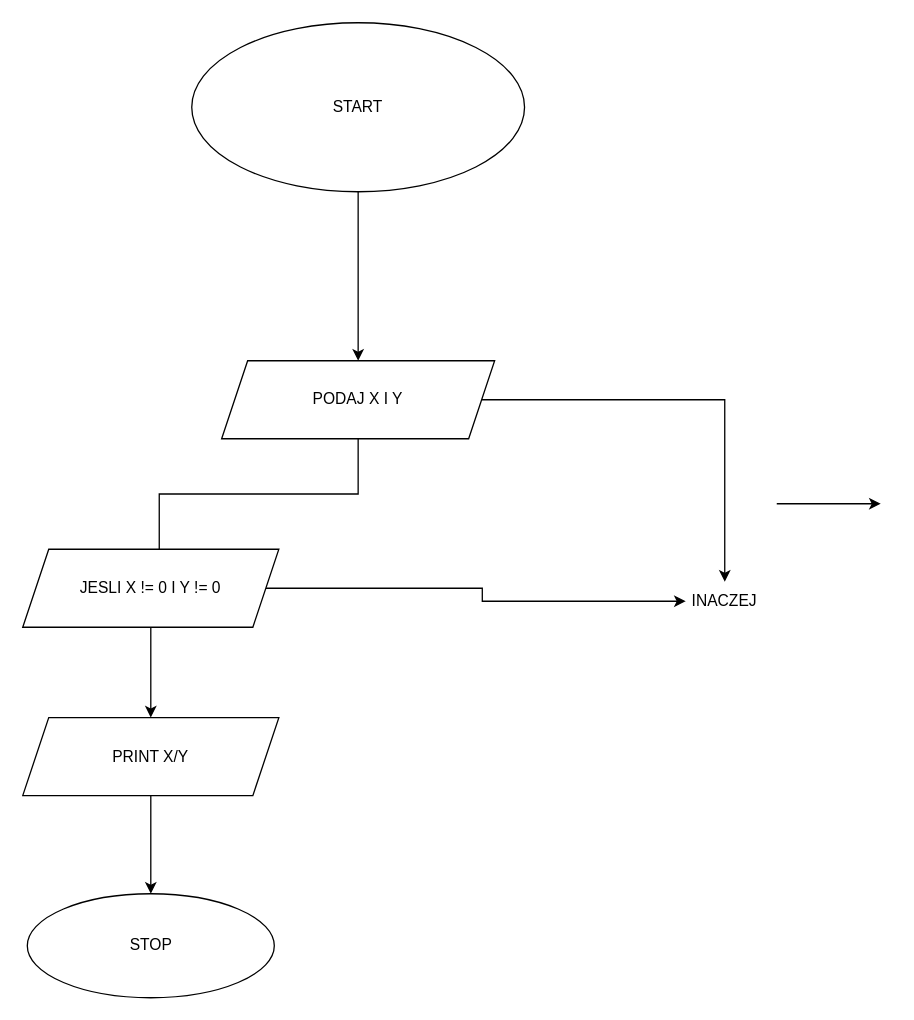
Before: Untitled Diagram.drawio in Michlinek1/bank, a draw.io diagram. Source tidied: cells renumbered, new cells numbered last; positions are measured from the earlier drawing's top-left corner, leaving out a move shared by most shapes. Both pictures are drawn from the tidied source at 130%, with x=0, y=0 at pixel (22, 22).
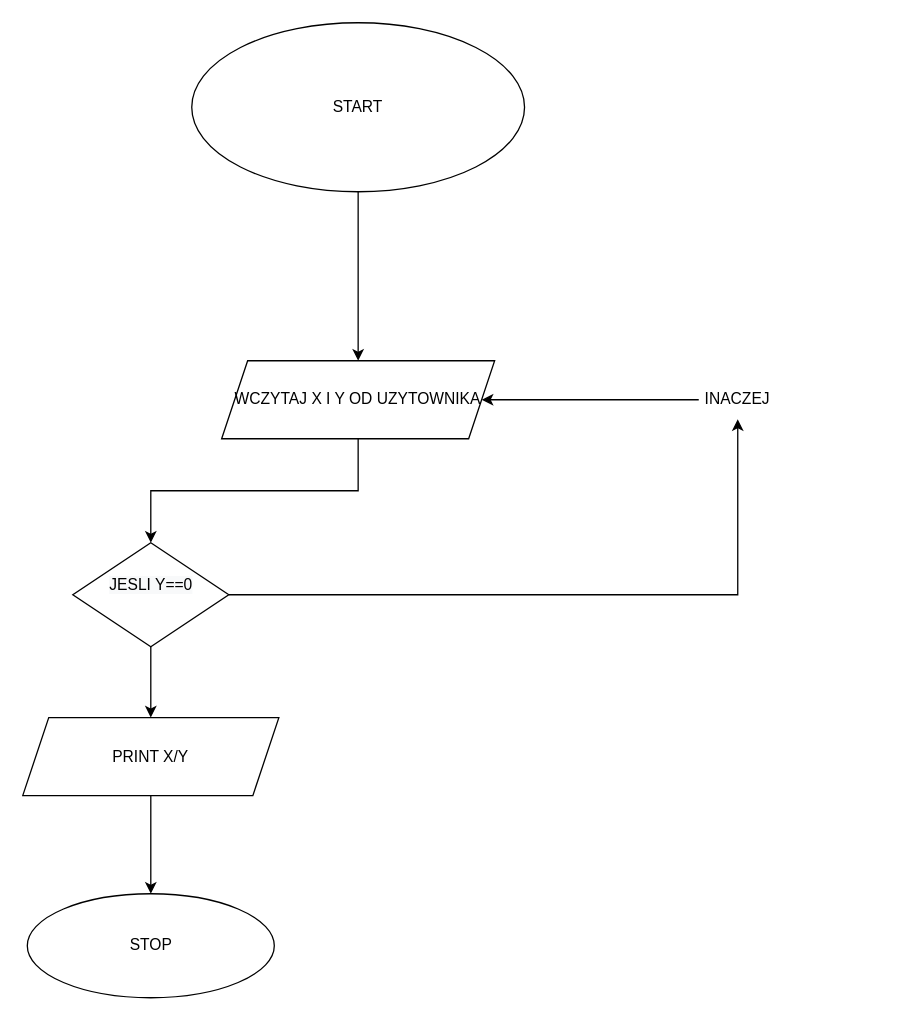
The same diagram, later.

What changed in the source:
```diff
@@
 <mxGraphModel>
   <root>
     <mxCell id="0" />
     <mxCell id="1" parent="0" />
     <mxCell id="2" style="edgeStyle=orthogonalEdgeStyle;rounded=0;jettySize=auto;html=1;entryX=0.5;entryY=0;entryDx=0;entryDy=0;" parent="1" edge="1" source="3" target="6">
       <mxGeometry relative="1" as="geometry" />
     </mxCell>
     <mxCell id="3" value="START&lt;br&gt;" style="ellipse;whiteSpace=wrap;html=1;" parent="1" vertex="1">
       <mxGeometry x="130" width="256" height="130" as="geometry" />
     </mxCell>
-    <mxCell id="4" style="edgeStyle=orthogonalEdgeStyle;rounded=0;jettySize=auto;html=1;entryX=0.533;entryY=0.167;entryDx=0;entryDy=0;entryPerimeter=0;" parent="1" edge="1" source="6" target="9">
-      <mxGeometry relative="1" as="geometry" />
-    </mxCell>
-    <mxCell id="5" style="edgeStyle=orthogonalEdgeStyle;rounded=0;jettySize=auto;html=1;" parent="1" edge="1" source="6" target="13">
-      <mxGeometry relative="1" as="geometry" />
-    </mxCell>
+    <mxCell id="15" style="edgeStyle=orthogonalEdgeStyle;rounded=0;jettySize=auto;html=1;" parent="1" edge="1" source="6" target="18">
+      <mxGeometry relative="1" as="geometry" />
+    </mxCell>
-    <mxCell id="6" value="PODAJ X I Y" style="shape=parallelogram;perimeter=parallelogramPerimeter;whiteSpace=wrap;html=1;fixedSize=1;" parent="1" vertex="1">
+    <mxCell id="6" value="WCZYTAJ X I Y OD UZYTOWNIKA" style="shape=parallelogram;perimeter=parallelogramPerimeter;whiteSpace=wrap;html=1;fixedSize=1;" parent="1" vertex="1">
       <mxGeometry x="153" y="260" width="210" height="60" as="geometry" />
     </mxCell>
-    <mxCell id="7" style="edgeStyle=orthogonalEdgeStyle;rounded=0;jettySize=auto;html=1;entryX=0.5;entryY=0;entryDx=0;entryDy=0;" parent="1" edge="1" source="9" target="11">
-      <mxGeometry relative="1" as="geometry" />
-    </mxCell>
-    <mxCell id="8" style="edgeStyle=orthogonalEdgeStyle;rounded=0;jettySize=auto;html=1;entryX=0;entryY=0.5;entryDx=0;entryDy=0;" parent="1" edge="1" source="9" target="13">
-      <mxGeometry relative="1" as="geometry" />
-    </mxCell>
-    <mxCell id="9" value="JESLI X != 0 I Y != 0" style="shape=parallelogram;perimeter=parallelogramPerimeter;whiteSpace=wrap;html=1;fixedSize=1;" parent="1" vertex="1">
-      <mxGeometry y="405" width="197" height="60" as="geometry" />
-    </mxCell>
     <mxCell id="10" style="edgeStyle=orthogonalEdgeStyle;rounded=0;jettySize=auto;html=1;" parent="1" edge="1" source="11" target="12">
       <mxGeometry relative="1" as="geometry" />
     </mxCell>
     <mxCell id="11" value="PRINT X/Y" style="shape=parallelogram;perimeter=parallelogramPerimeter;whiteSpace=wrap;html=1;fixedSize=1;" parent="1" vertex="1">
       <mxGeometry y="534.5" width="197" height="60" as="geometry" />
     </mxCell>
     <mxCell id="12" value="STOP&lt;br&gt;" style="ellipse;whiteSpace=wrap;html=1;" parent="1" vertex="1">
       <mxGeometry x="3.5" y="670" width="190" height="80" as="geometry" />
     </mxCell>
+    <mxCell id="16" style="edgeStyle=orthogonalEdgeStyle;rounded=0;jettySize=auto;html=1;entryX=0.5;entryY=0;entryDx=0;entryDy=0;" parent="1" edge="1" source="18" target="11">
+      <mxGeometry relative="1" as="geometry" />
+    </mxCell>
+    <mxCell id="17" style="edgeStyle=orthogonalEdgeStyle;rounded=0;jettySize=auto;html=1;entryX=0.5;entryY=1;entryDx=0;entryDy=0;" parent="1" edge="1" source="18" target="13">
+      <mxGeometry relative="1" as="geometry" />
+    </mxCell>
+    <mxCell id="18" value="&#10;&lt;span style=&quot;color: rgb(0, 0, 0); font-family: Helvetica; font-size: 12px; font-style: normal; font-variant-ligatures: normal; font-variant-caps: normal; font-weight: 400; letter-spacing: normal; orphans: 2; text-align: center; text-indent: 0px; text-transform: none; widows: 2; word-spacing: 0px; -webkit-text-stroke-width: 0px; background-color: rgb(248, 249, 250); text-decoration-thickness: initial; text-decoration-style: initial; text-decoration-color: initial; float: none; display: inline !important;&quot;&gt;JESLI Y==0&lt;/span&gt;&#10;&#10;" style="rhombus;whiteSpace=wrap;html=1;" parent="1" vertex="1">
+      <mxGeometry x="38.5" y="400" width="120" height="80" as="geometry" />
+    </mxCell>
+    <mxCell id="19" style="edgeStyle=orthogonalEdgeStyle;rounded=0;jettySize=auto;html=1;" parent="1" edge="1" source="13" target="6">
+      <mxGeometry relative="1" as="geometry" />
+    </mxCell>
     <mxCell id="13" value="INACZEJ&lt;br&gt;" style="text;html=1;strokeColor=none;fillColor=none;align=center;verticalAlign=middle;whiteSpace=wrap;rounded=0;" parent="1" vertex="1">
-      <mxGeometry x="510" y="430" width="60" height="30" as="geometry" />
+      <mxGeometry x="520" y="275" width="60" height="30" as="geometry" />
     </mxCell>
-    <mxCell id="14" style="edgeStyle=none;orthogonalLoop=1;jettySize=auto;html=1;rounded=0;" parent="1" edge="1">
-      <mxGeometry relative="1" as="geometry">
-        <mxPoint x="580" y="370" as="sourcePoint" />
-        <mxPoint x="660" y="370" as="targetPoint" />
-      </mxGeometry>
-    </mxCell>
   </root>
 </mxGraphModel>
```
